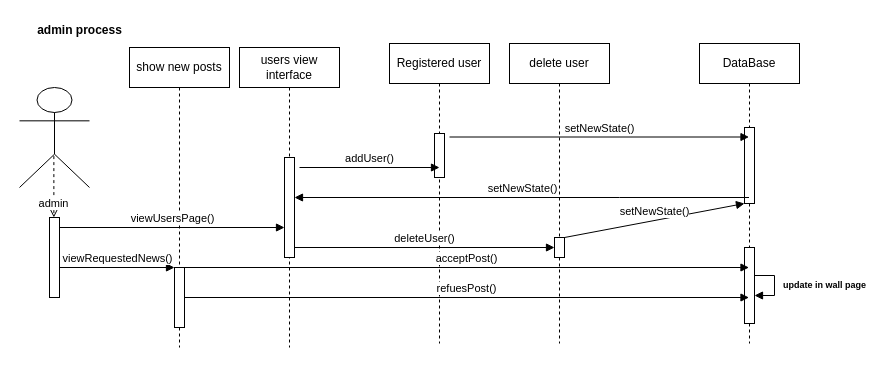
This is assets/diagrams/adminProcess_sequence.drawio from Rowan-Hamed/Press-Agency-System, a draw.io file, before an edit. Source tidied: cells renumbered, new cells numbered last; positions are measured from the earlier drawing's top-left corner, leaving out a move shared by most shapes. Both pictures are drawn from the tidied source at 100%, with x=0, y=0 at pixel (19, 17).
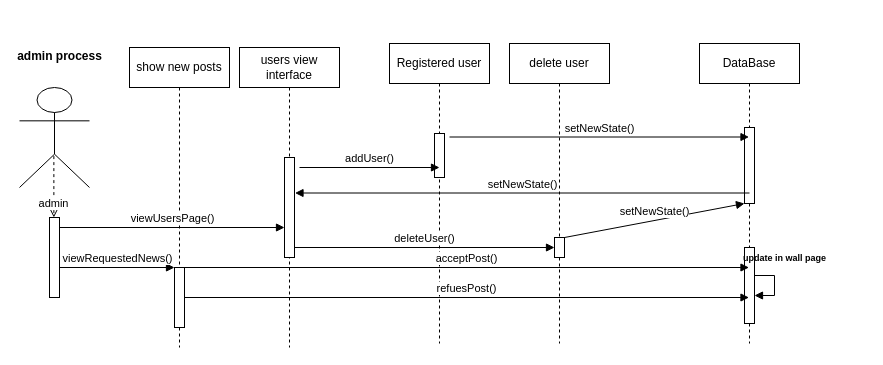
After the change.

The change refers to these unchanged cells:
```xml
<mxCell id="6" style="html=1;points=[];perimeter=orthogonalPerimeter;outlineConnect=0;targetShapes=umlLifeline;portConstraint=eastwest;newEdgeStyle={&quot;edgeStyle&quot;:&quot;elbowEdgeStyle&quot;,&quot;elbow&quot;:&quot;vertical&quot;,&quot;curved&quot;:0,&quot;rounded&quot;:0};" parent="5" vertex="1">
  <mxGeometry x="45" y="110" width="10" height="100" as="geometry" />
</mxCell>
<mxCell id="7" value="DataBase" style="shape=umlLifeline;perimeter=lifelinePerimeter;whiteSpace=wrap;html=1;outlineConnect=0;portConstraint=eastwest;newEdgeStyle={&quot;edgeStyle&quot;:&quot;elbowEdgeStyle&quot;,&quot;elbow&quot;:&quot;vertical&quot;,&quot;curved&quot;:0,&quot;rounded&quot;:0};" parent="1" vertex="1">
  <mxGeometry x="680" y="26" width="100" height="300" as="geometry" />
</mxCell>
```

Diff of the diagram source:
```diff
@@
     <mxCell id="14" value="admin process" style="text;align=center;fontStyle=1;verticalAlign=middle;spacingLeft=3;spacingRight=3;strokeColor=none;html=1;" parent="1" vertex="1">
-      <mxGeometry x="20" width="80" height="26" as="geometry" />
+      <mxGeometry y="26" width="80" height="26" as="geometry" />
     </mxCell>
@@
-    <mxCell id="20" value="setNewState()" style="html=1;verticalAlign=bottom;endArrow=block;curved=0;rounded=0;" parent="1" edge="1" source="7" target="6">
+    <mxCell id="20" value="setNewState()" style="html=1;verticalAlign=bottom;endArrow=block;curved=0;rounded=0;" parent="1" edge="1">
       <mxGeometry relative="1" as="geometry">
+        <mxPoint x="730" y="175.5" as="sourcePoint" />
+        <mxPoint x="275.5" y="175.5" as="targetPoint" />
         <Array as="points">
-          <mxPoint x="600" y="180" />
+          <mxPoint x="600.5" y="175.5" />
         </Array>
       </mxGeometry>
     </mxCell>
@@
     <mxCell id="28" value="&lt;font style=&quot;font-size: 9px;&quot;&gt;update in wall page&lt;/font&gt;" style="text;align=center;fontStyle=1;verticalAlign=middle;spacingLeft=3;spacingRight=3;strokeColor=none;html=1;" parent="1" vertex="1">
-      <mxGeometry x="770" y="254" width="70" height="26" as="geometry" />
+      <mxGeometry x="730" y="227" width="70" height="26" as="geometry" />
     </mxCell>
```
